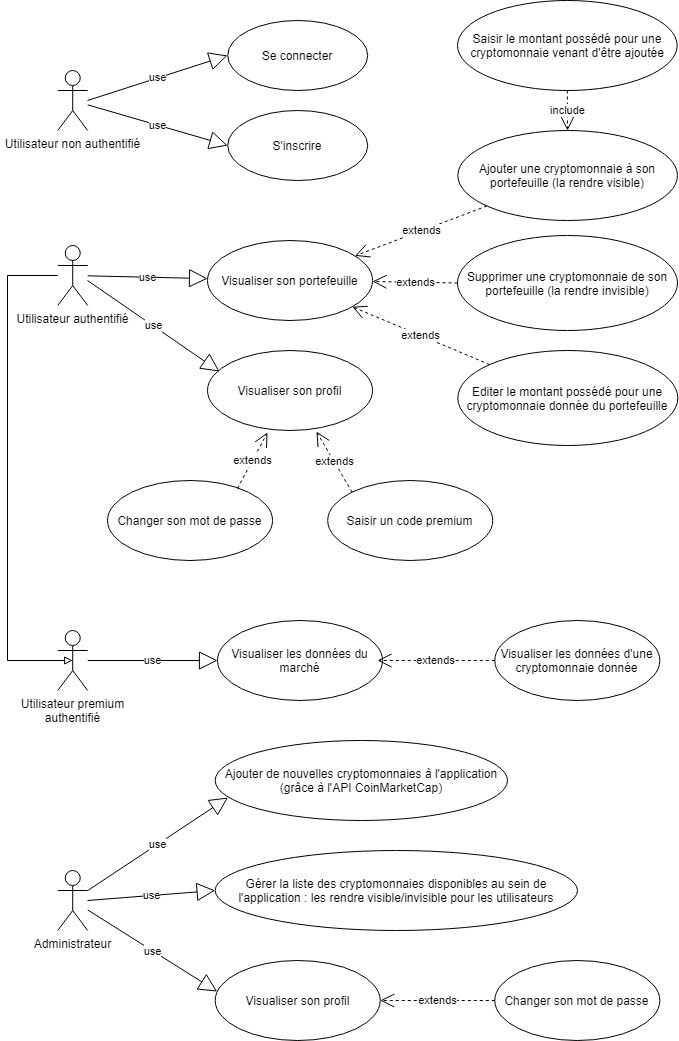
The draw.io diagram doc/UseCase.png in julien-pintodafonseca/Avenir, before a commit. Source tidied: cells renumbered, new cells last; positions are measured from the earlier drawing's top-left corner, leaving out a move shared by most shapes.
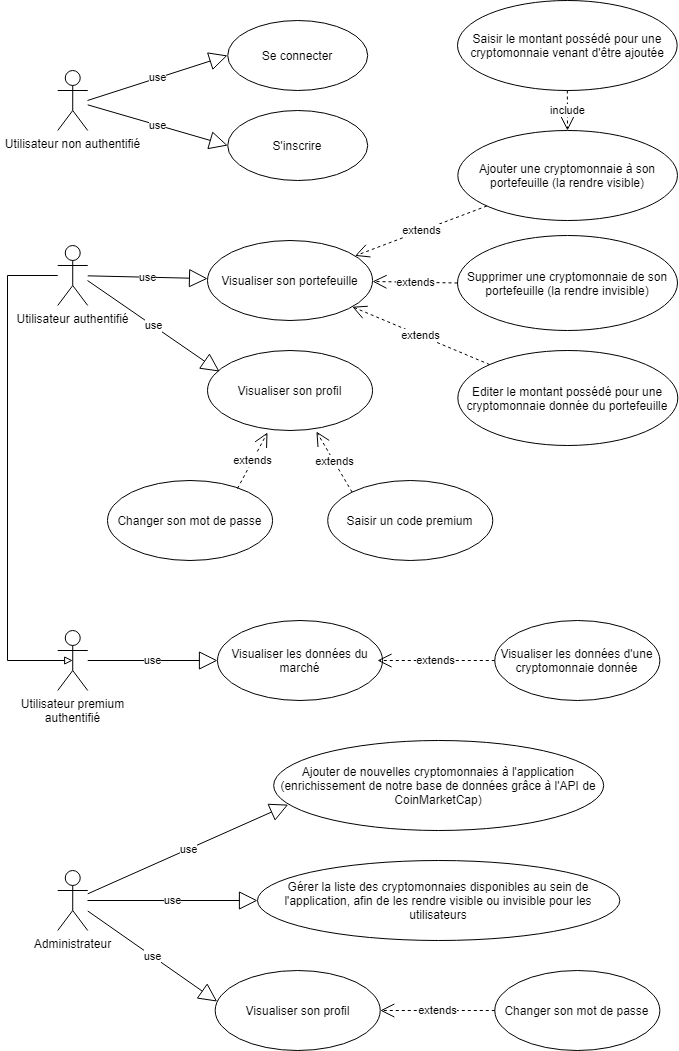
The same file after the commit.

Diff of the diagram source:
```diff
@@ -106,14 +106,14 @@
     <mxCell id="30" value="Administrateur" style="shape=umlActor;verticalLabelPosition=bottom;verticalAlign=top;html=1;outlineConnect=0;" parent="1" vertex="1">
       <mxGeometry x="50.2" y="870" width="30" height="60" as="geometry" />
     </mxCell>
-    <mxCell id="31" value="Gérer la liste des cryptomonnaies disponibles au sein de l'application : les rendre visible/invisible pour les utilisateurs" style="ellipse;whiteSpace=wrap;html=1;" parent="1" vertex="1">
-      <mxGeometry x="207.7" y="850" width="362.3" height="80" as="geometry" />
+    <mxCell id="31" value="Gérer la liste des cryptomonnaies disponibles au sein de l'application, afin de les rendre visible ou invisible pour les utilisateurs" style="ellipse;whiteSpace=wrap;html=1;" parent="1" vertex="1">
+      <mxGeometry x="250" y="860" width="362.3" height="80" as="geometry" />
     </mxCell>
     <mxCell id="32" value="Visualiser son profil" style="ellipse;whiteSpace=wrap;html=1;" parent="1" vertex="1">
-      <mxGeometry x="207.7" y="960" width="165.1" height="80" as="geometry" />
+      <mxGeometry x="207.7" y="970" width="165.1" height="80" as="geometry" />
     </mxCell>
     <mxCell id="33" value="Changer son mot de passe" style="ellipse;whiteSpace=wrap;html=1;" parent="1" vertex="1">
-      <mxGeometry x="487.3" y="960" width="165.1" height="80" as="geometry" />
+      <mxGeometry x="487.3" y="970" width="165.1" height="80" as="geometry" />
     </mxCell>
     <mxCell id="34" value="extends" style="endArrow=open;endSize=12;dashed=1;html=1;exitX=0;exitY=0.5;exitDx=0;exitDy=0;entryX=1;entryY=0.5;entryDx=0;entryDy=0;" parent="1" edge="1" source="33" target="32">
       <mxGeometry relative="1" as="geometry" />
@@ -126,8 +126,8 @@
     <mxCell id="36" value="use" style="endArrow=block;endSize=16;endFill=0;html=1;entryX=0.012;entryY=0.388;entryDx=0;entryDy=0;entryPerimeter=0;" parent="1" edge="1" source="30" target="32">
       <mxGeometry relative="1" as="geometry" />
     </mxCell>
-    <mxCell id="37" value="Ajouter de nouvelles cryptomonnaies à l'application (grâce à l'API CoinMarketCap)" style="ellipse;whiteSpace=wrap;html=1;" parent="1" vertex="1">
-      <mxGeometry x="207.7" y="740" width="292.3" height="80" as="geometry" />
+    <mxCell id="37" value="Ajouter de nouvelles cryptomonnaies à l'application (enrichissement de notre base de données grâce à l'API de CoinMarketCap)" style="ellipse;whiteSpace=wrap;html=1;" parent="1" vertex="1">
+      <mxGeometry x="266.2" y="740" width="330" height="90" as="geometry" />
     </mxCell>
     <mxCell id="38" value="use" style="endArrow=block;endSize=16;endFill=0;html=1;entryX=0.044;entryY=0.713;entryDx=0;entryDy=0;entryPerimeter=0;" parent="1" edge="1" source="30" target="37">
       <mxGeometry relative="1" as="geometry" />
```
